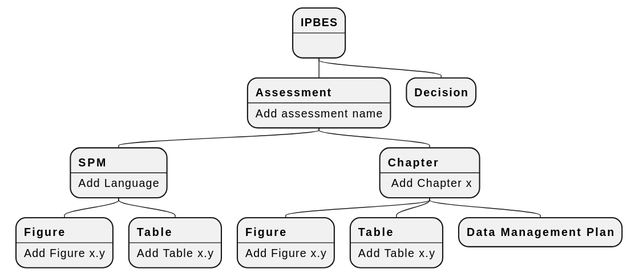
IPBES-Data/IPBES_tsu_zenodo keeps this PlantUML diagram as out/input/keywords/keywords.svg. Above is the earlier version. Its diagram source:
```plantuml
@startmindmap
top to bottom direction
* **IPBES**\n----\n
** **Assessment**\n----\nAdd assessment name
*** **SPM**\n----\nAdd Language
**** **Figure**\n----\nAdd Figure x.y
**** **Table**\n----\nAdd Table x.y
*** **Chapter**\n----\n Add Chapter x
**** **Figure**\n----\nAdd Figure x.y
**** **Table**\n----\nAdd Table x.y
**** **Data Management Plan**
** **Decision**
@endmindmap
```
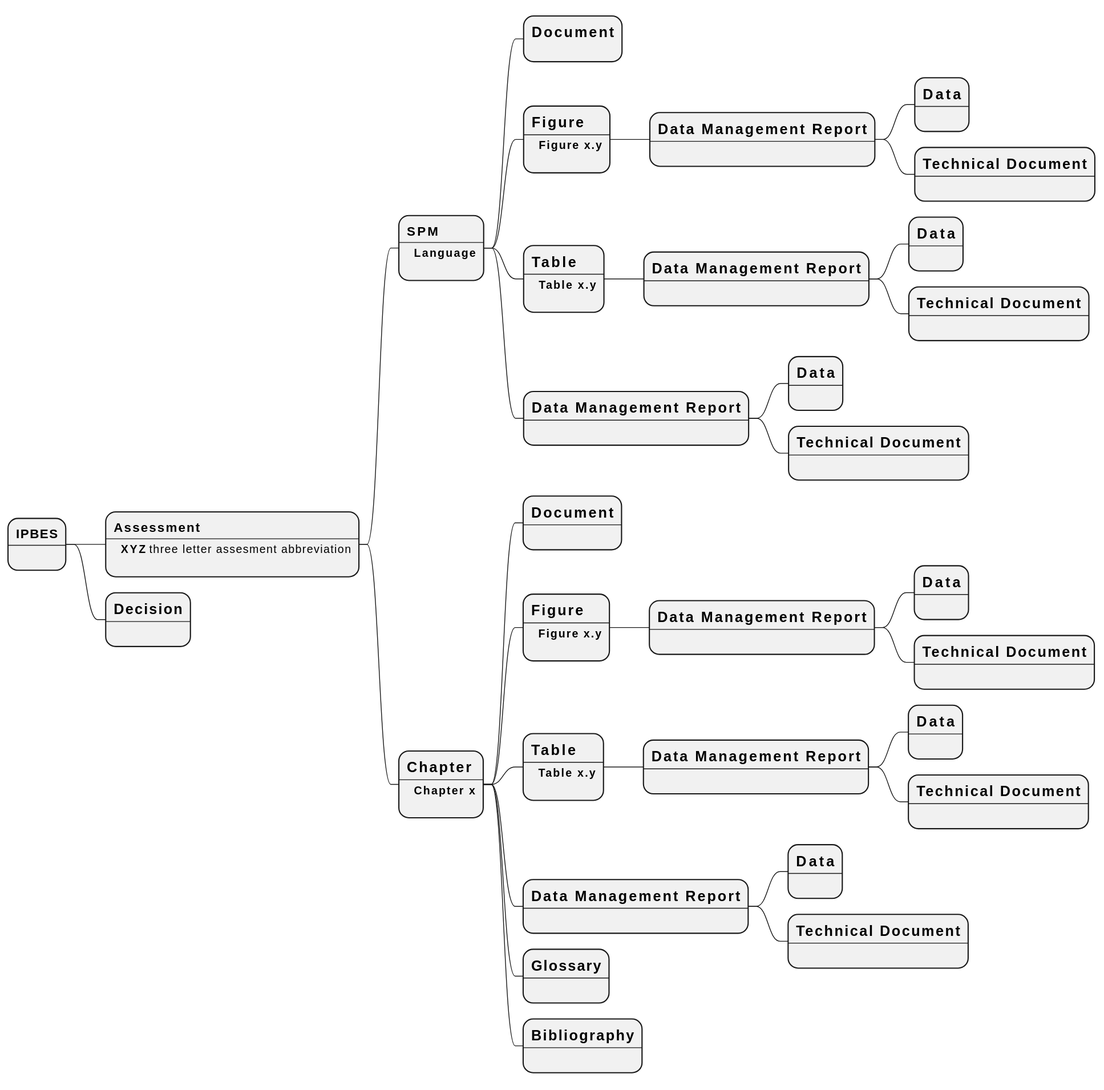
The same diagram one commit later.

Diff of the diagram source:
```diff
@@ -1,13 +1,107 @@
 @startmindmap
-top to bottom direction
-* **IPBES**\n----\n
-** **Assessment**\n----\nAdd assessment name
-*** **SPM**\n----\nAdd Language
-**** **Figure**\n----\nAdd Figure x.y
-**** **Table**\n----\nAdd Table x.y
-*** **Chapter**\n----\n Add Chapter x
-**** **Figure**\n----\nAdd Figure x.y
-**** **Table**\n----\nAdd Table x.y
-**** **Data Management Plan**
-** **Decision**
+toleft p to right direction
+
+*:==IPBES
+----
+;
+**:==Assessment
+----
+  **XYZ** three letter assesment abbreviation
+;
+
+***:==SPM
+----
+  **Language**
+;
+****:=Document
+;
+****:=Figure
+----
+  **Figure x.y**
+;
+*****:=Data Management Report
+----
+;
+******:=Data
+----
+;
+******:=Technical Document
+----
+;
+****:=Table
+----
+  **Table x.y**
+;
+*****:=Data Management Report
+----
+;
+******:=Data
+----
+;
+******:=Technical Document
+----
+;
+****:=Data Management Report
+----
+;
+*****:=Data
+----
+;
+*****:=Technical Document
+----
+;
+
+***:=Chapter
+----
+  **Chapter x**
+;
+
+****:=Document
+----
+;
+
+****:=Figure
+----
+  **Figure x.y**
+;
+*****:=Data Management Report
+----
+;
+******:=Data
+----
+;
+******:=Technical Document
+----
+;
+****:=Table
+----
+  **Table x.y**
+;
+*****:=Data Management Report
+----
+;
+******:=Data
+----
+;
+******:=Technical Document
+----
+;
+****:=Data Management Report
+----
+;
+*****:=Data
+----
+;
+*****:=Technical Document
+----
+;
+****:=Glossary
+----
+;
+****:=Bibliography
+----
+;
+**:=Decision
+----
+;
 @endmindmap
```
